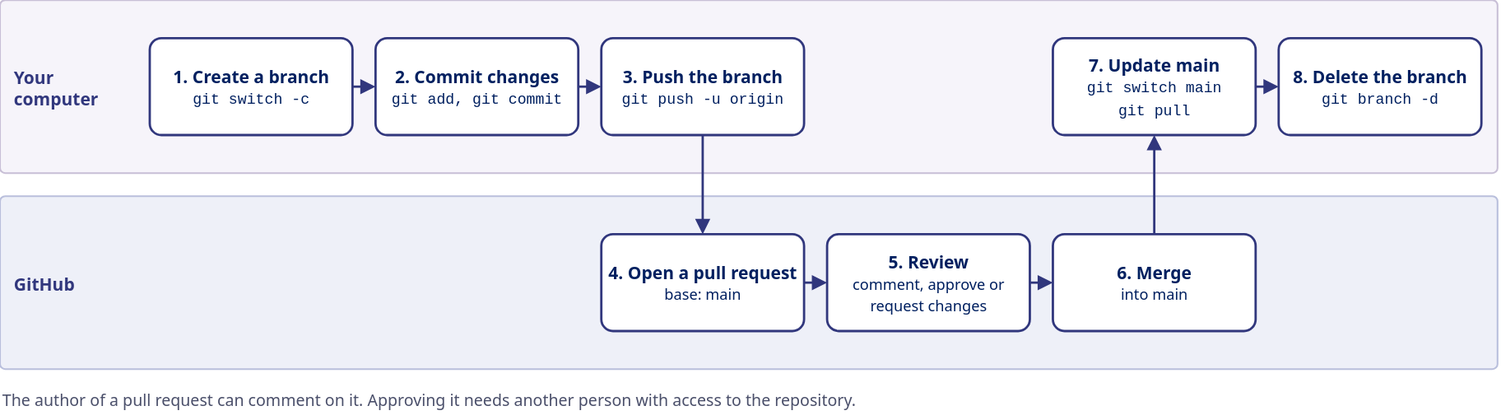
The draw.io diagram presentation/diagrams/pull-request-flow.drawio.svg in Revolution-Data-Platforms/Introduction-to-Git-Workshop, before a commit. Source tidied: cells renumbered, new cells last; positions are measured from the earlier drawing's top-left corner, leaving out a move shared by most shapes.
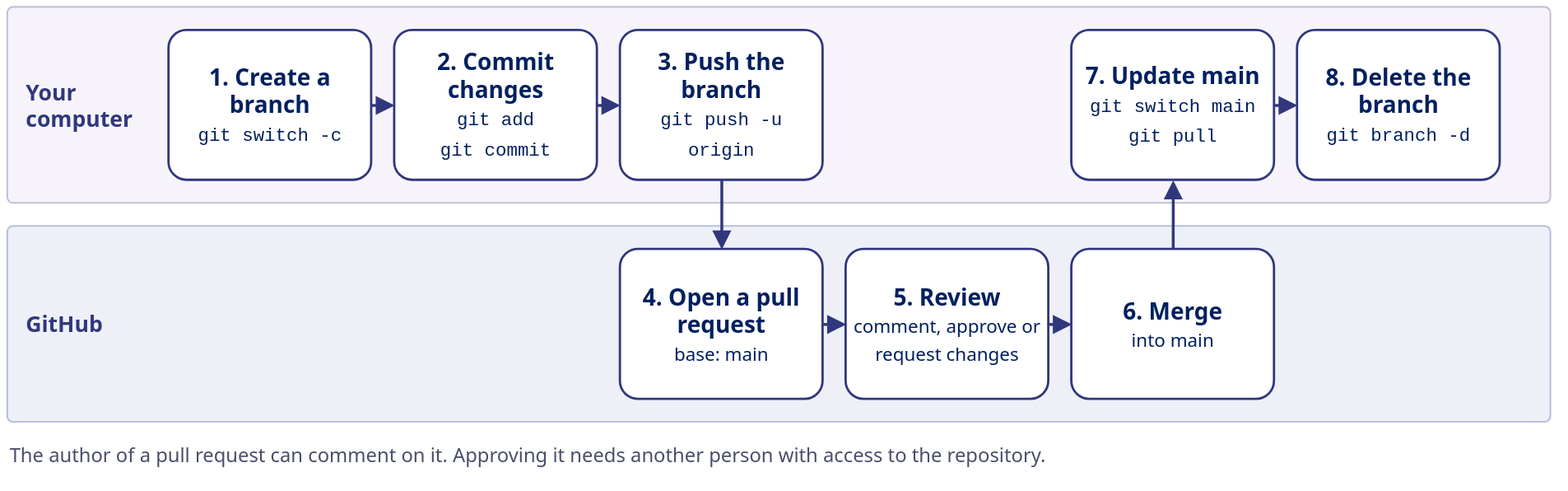
Above is the later version.

What changed in the source:
```diff
@@ -2,65 +2,65 @@
   <root>
     <mxCell id="0" />
     <mxCell id="1" parent="0" />
-    <mxCell id="2" style="rounded=1;arcSize=3;whiteSpace=wrap;html=1;fillColor=#F6F4FA;strokeColor=#C8BFD6;strokeWidth=1.5;verticalAlign=top;align=left;spacingLeft=14;spacingTop=6;fontSize=15;fontStyle=1;fontColor=#31377D;fontFamily=Poppins,Segoe UI,Helvetica,Arial,sans-serif;" parent="1" vertex="1">
-      <mxGeometry width="1300" height="150" as="geometry" />
-    </mxCell>
-    <mxCell id="3" style="rounded=1;arcSize=3;whiteSpace=wrap;html=1;fillColor=#EEF0F8;strokeColor=#B9BFDC;strokeWidth=1.5;verticalAlign=top;align=left;spacingLeft=14;spacingTop=6;fontSize=15;fontStyle=1;fontColor=#31377D;fontFamily=Poppins,Segoe UI,Helvetica,Arial,sans-serif;" parent="1" vertex="1">
-      <mxGeometry y="170" width="1300" height="150" as="geometry" />
-    </mxCell>
+    <mxCell id="22" style="rounded=1;arcSize=3;whiteSpace=wrap;html=1;fillColor=#F6F4FA;strokeColor=#C8BFD6;strokeWidth=1.5;" parent="1" vertex="1">
+      <mxGeometry width="1340" height="170" as="geometry" />
+    </mxCell>
+    <mxCell id="23" style="rounded=1;arcSize=3;whiteSpace=wrap;html=1;fillColor=#EEF0F8;strokeColor=#B9BFDC;strokeWidth=1.5;" parent="1" vertex="1">
+      <mxGeometry y="190" width="1340" height="170" as="geometry" />
+    </mxCell>
-    <mxCell id="4" value="&lt;b&gt;Your computer&lt;/b&gt;" style="text;html=1;whiteSpace=wrap;align=left;verticalAlign=middle;fontSize=14;fontColor=#4A4F6A;fontFamily=Poppins,Segoe UI,Helvetica,Arial,sans-serif;fontColor=#31377D;fontSize=15;" parent="1" vertex="1">
-      <mxGeometry x="10" y="50" width="110" height="50" as="geometry" />
+    <mxCell id="4" value="&lt;b&gt;Your computer&lt;/b&gt;" style="text;html=1;whiteSpace=wrap;align=left;verticalAlign=middle;fontSize=19;fontColor=#31377D;fontFamily=Poppins,Segoe UI,Helvetica,Arial,sans-serif;" parent="1" vertex="1">
+      <mxGeometry x="14" width="116" height="170" as="geometry" />
     </mxCell>
-    <mxCell id="5" value="&lt;b&gt;GitHub&lt;/b&gt;" style="text;html=1;whiteSpace=wrap;align=left;verticalAlign=middle;fontSize=14;fontColor=#4A4F6A;fontFamily=Poppins,Segoe UI,Helvetica,Arial,sans-serif;fontColor=#31377D;fontSize=15;" parent="1" vertex="1">
-      <mxGeometry x="10" y="220" width="110" height="50" as="geometry" />
+    <mxCell id="5" value="&lt;b&gt;GitHub&lt;/b&gt;" style="text;html=1;whiteSpace=wrap;align=left;verticalAlign=middle;fontSize=19;fontColor=#31377D;fontFamily=Poppins,Segoe UI,Helvetica,Arial,sans-serif;" parent="1" vertex="1">
+      <mxGeometry x="14" y="190" width="116" height="170" as="geometry" />
     </mxCell>
-    <mxCell id="6" value="&lt;b&gt;1. Create a branch&lt;/b&gt;&lt;br&gt;&lt;span style=&quot;font-size:13px&quot;&gt;&lt;font face=&quot;Consolas,Menlo,monospace&quot;&gt;git switch -c&lt;/font&gt;&lt;/span&gt;" style="rounded=1;arcSize=12;whiteSpace=wrap;html=1;fillColor=#FFFFFF;strokeColor=#31377D;strokeWidth=2;fontColor=#002060;fontSize=15;fontFamily=Poppins,Segoe UI,Helvetica,Arial,sans-serif;" parent="1" vertex="1">
-      <mxGeometry x="130" y="33" width="176" height="84" as="geometry" />
+    <mxCell id="6" value="&lt;b&gt;1. Create a branch&lt;/b&gt;&lt;br&gt;&lt;span style=&quot;font-size:16px&quot;&gt;&lt;font face=&quot;Consolas,Menlo,monospace&quot;&gt;git switch -c&lt;/font&gt;&lt;/span&gt;" style="rounded=1;arcSize=12;whiteSpace=wrap;html=1;fillColor=#FFFFFF;strokeColor=#31377D;strokeWidth=2;fontColor=#002060;fontSize=20;fontFamily=Poppins,Segoe UI,Helvetica,Arial,sans-serif;spacing=6;" parent="1" vertex="1">
+      <mxGeometry x="140" y="20" width="176" height="130" as="geometry" />
     </mxCell>
-    <mxCell id="7" value="&lt;b&gt;2. Commit changes&lt;/b&gt;&lt;br&gt;&lt;span style=&quot;font-size:13px&quot;&gt;&lt;font face=&quot;Consolas,Menlo,monospace&quot;&gt;git add, git commit&lt;/font&gt;&lt;/span&gt;" style="rounded=1;arcSize=12;whiteSpace=wrap;html=1;fillColor=#FFFFFF;strokeColor=#31377D;strokeWidth=2;fontColor=#002060;fontSize=15;fontFamily=Poppins,Segoe UI,Helvetica,Arial,sans-serif;" parent="1" vertex="1">
-      <mxGeometry x="326" y="33" width="176" height="84" as="geometry" />
-    </mxCell>
+    <mxCell id="24" value="&lt;b&gt;2. Commit changes&lt;/b&gt;&lt;br&gt;&lt;span style=&quot;font-size:16px&quot;&gt;&lt;font face=&quot;Consolas,Menlo,monospace&quot;&gt;git add&lt;br&gt;git commit&lt;/font&gt;&lt;/span&gt;" style="rounded=1;arcSize=12;whiteSpace=wrap;html=1;fillColor=#FFFFFF;strokeColor=#31377D;strokeWidth=2;fontColor=#002060;fontSize=20;fontFamily=Poppins,Segoe UI,Helvetica,Arial,sans-serif;spacing=6;" parent="1" vertex="1">
+      <mxGeometry x="336" y="20" width="176" height="130" as="geometry" />
+    </mxCell>
-    <mxCell id="8" value="&lt;b&gt;3. Push the branch&lt;/b&gt;&lt;br&gt;&lt;span style=&quot;font-size:13px&quot;&gt;&lt;font face=&quot;Consolas,Menlo,monospace&quot;&gt;git push -u origin&lt;/font&gt;&lt;/span&gt;" style="rounded=1;arcSize=12;whiteSpace=wrap;html=1;fillColor=#FFFFFF;strokeColor=#31377D;strokeWidth=2;fontColor=#002060;fontSize=15;fontFamily=Poppins,Segoe UI,Helvetica,Arial,sans-serif;" parent="1" vertex="1">
-      <mxGeometry x="522" y="33" width="176" height="84" as="geometry" />
+    <mxCell id="8" value="&lt;b&gt;3. Push the branch&lt;/b&gt;&lt;br&gt;&lt;span style=&quot;font-size:16px&quot;&gt;&lt;font face=&quot;Consolas,Menlo,monospace&quot;&gt;git push -u origin&lt;/font&gt;&lt;/span&gt;" style="rounded=1;arcSize=12;whiteSpace=wrap;html=1;fillColor=#FFFFFF;strokeColor=#31377D;strokeWidth=2;fontColor=#002060;fontSize=20;fontFamily=Poppins,Segoe UI,Helvetica,Arial,sans-serif;spacing=6;" parent="1" vertex="1">
+      <mxGeometry x="532" y="20" width="176" height="130" as="geometry" />
     </mxCell>
+    <mxCell id="12" value="&lt;b&gt;7. Update main&lt;/b&gt;&lt;br&gt;&lt;span style=&quot;font-size:16px&quot;&gt;&lt;font face=&quot;Consolas,Menlo,monospace&quot;&gt;git switch main&lt;br&gt;git pull&lt;/font&gt;&lt;/span&gt;" style="rounded=1;arcSize=12;whiteSpace=wrap;html=1;fillColor=#FFFFFF;strokeColor=#31377D;strokeWidth=2;fontColor=#002060;fontSize=20;fontFamily=Poppins,Segoe UI,Helvetica,Arial,sans-serif;spacing=6;" parent="1" vertex="1">
+      <mxGeometry x="924" y="20" width="176" height="130" as="geometry" />
+    </mxCell>
+    <mxCell id="13" value="&lt;b&gt;8. Delete the branch&lt;/b&gt;&lt;br&gt;&lt;span style=&quot;font-size:16px&quot;&gt;&lt;font face=&quot;Consolas,Menlo,monospace&quot;&gt;git branch -d&lt;/font&gt;&lt;/span&gt;" style="rounded=1;arcSize=12;whiteSpace=wrap;html=1;fillColor=#FFFFFF;strokeColor=#31377D;strokeWidth=2;fontColor=#002060;fontSize=20;fontFamily=Poppins,Segoe UI,Helvetica,Arial,sans-serif;spacing=6;" parent="1" vertex="1">
+      <mxGeometry x="1120" y="20" width="176" height="130" as="geometry" />
+    </mxCell>
-    <mxCell id="9" value="&lt;b&gt;4. Open a pull request&lt;/b&gt;&lt;br&gt;&lt;span style=&quot;font-size:13px&quot;&gt;base: main&lt;/span&gt;" style="rounded=1;arcSize=12;whiteSpace=wrap;html=1;fillColor=#FFFFFF;strokeColor=#31377D;strokeWidth=2;fontColor=#002060;fontSize=15;fontFamily=Poppins,Segoe UI,Helvetica,Arial,sans-serif;" parent="1" vertex="1">
-      <mxGeometry x="522" y="203" width="176" height="84" as="geometry" />
+    <mxCell id="9" value="&lt;b&gt;4. Open a pull request&lt;/b&gt;&lt;br&gt;&lt;span style=&quot;font-size:16px&quot;&gt;base: main&lt;/span&gt;" style="rounded=1;arcSize=12;whiteSpace=wrap;html=1;fillColor=#FFFFFF;strokeColor=#31377D;strokeWidth=2;fontColor=#002060;fontSize=20;fontFamily=Poppins,Segoe UI,Helvetica,Arial,sans-serif;spacing=6;" parent="1" vertex="1">
+      <mxGeometry x="532" y="210" width="176" height="130" as="geometry" />
     </mxCell>
-    <mxCell id="10" value="&lt;b&gt;5. Review&lt;/b&gt;&lt;br&gt;&lt;span style=&quot;font-size:13px&quot;&gt;comment, approve or&lt;br&gt;request changes&lt;/span&gt;" style="rounded=1;arcSize=12;whiteSpace=wrap;html=1;fillColor=#FFFFFF;strokeColor=#31377D;strokeWidth=2;fontColor=#002060;fontSize=15;fontFamily=Poppins,Segoe UI,Helvetica,Arial,sans-serif;" parent="1" vertex="1">
-      <mxGeometry x="718" y="203" width="176" height="84" as="geometry" />
+    <mxCell id="10" value="&lt;b&gt;5. Review&lt;/b&gt;&lt;br&gt;&lt;span style=&quot;font-size:16px&quot;&gt;comment, approve or request changes&lt;/span&gt;" style="rounded=1;arcSize=12;whiteSpace=wrap;html=1;fillColor=#FFFFFF;strokeColor=#31377D;strokeWidth=2;fontColor=#002060;fontSize=20;fontFamily=Poppins,Segoe UI,Helvetica,Arial,sans-serif;spacing=6;" parent="1" vertex="1">
+      <mxGeometry x="728" y="210" width="176" height="130" as="geometry" />
     </mxCell>
-    <mxCell id="11" value="&lt;b&gt;6. Merge&lt;/b&gt;&lt;br&gt;&lt;span style=&quot;font-size:13px&quot;&gt;into main&lt;/span&gt;" style="rounded=1;arcSize=12;whiteSpace=wrap;html=1;fillColor=#FFFFFF;strokeColor=#31377D;strokeWidth=2;fontColor=#002060;fontSize=15;fontFamily=Poppins,Segoe UI,Helvetica,Arial,sans-serif;" parent="1" vertex="1">
-      <mxGeometry x="914" y="203" width="176" height="84" as="geometry" />
+    <mxCell id="11" value="&lt;b&gt;6. Merge&lt;/b&gt;&lt;br&gt;&lt;span style=&quot;font-size:16px&quot;&gt;into main&lt;/span&gt;" style="rounded=1;arcSize=12;whiteSpace=wrap;html=1;fillColor=#FFFFFF;strokeColor=#31377D;strokeWidth=2;fontColor=#002060;fontSize=20;fontFamily=Poppins,Segoe UI,Helvetica,Arial,sans-serif;spacing=6;" parent="1" vertex="1">
+      <mxGeometry x="924" y="210" width="176" height="130" as="geometry" />
     </mxCell>
-    <mxCell id="12" value="&lt;b&gt;7. Update main&lt;/b&gt;&lt;br&gt;&lt;span style=&quot;font-size:13px&quot;&gt;&lt;font face=&quot;Consolas,Menlo,monospace&quot;&gt;git switch main&lt;br&gt;git pull&lt;/font&gt;&lt;/span&gt;" style="rounded=1;arcSize=12;whiteSpace=wrap;html=1;fillColor=#FFFFFF;strokeColor=#31377D;strokeWidth=2;fontColor=#002060;fontSize=15;fontFamily=Poppins,Segoe UI,Helvetica,Arial,sans-serif;" parent="1" vertex="1">
-      <mxGeometry x="914" y="33" width="176" height="84" as="geometry" />
-    </mxCell>
-    <mxCell id="13" value="&lt;b&gt;8. Delete the branch&lt;/b&gt;&lt;br&gt;&lt;span style=&quot;font-size:13px&quot;&gt;&lt;font face=&quot;Consolas,Menlo,monospace&quot;&gt;git branch -d&lt;/font&gt;&lt;/span&gt;" style="rounded=1;arcSize=12;whiteSpace=wrap;html=1;fillColor=#FFFFFF;strokeColor=#31377D;strokeWidth=2;fontColor=#002060;fontSize=15;fontFamily=Poppins,Segoe UI,Helvetica,Arial,sans-serif;" parent="1" vertex="1">
-      <mxGeometry x="1110" y="33" width="176" height="84" as="geometry" />
-    </mxCell>
-    <mxCell id="14" style="html=1;endArrow=block;endFill=1;endSize=8;strokeColor=#31377D;strokeWidth=2;fontSize=14;fontColor=#002060;labelBackgroundColor=#FFFFFF;fontFamily=Poppins,Segoe UI,Helvetica,Arial,sans-serif;" parent="1" edge="1" source="6" target="7">
-      <mxGeometry relative="1" as="geometry" />
-    </mxCell>
-    <mxCell id="15" style="html=1;endArrow=block;endFill=1;endSize=8;strokeColor=#31377D;strokeWidth=2;fontSize=14;fontColor=#002060;labelBackgroundColor=#FFFFFF;fontFamily=Poppins,Segoe UI,Helvetica,Arial,sans-serif;" parent="1" edge="1" source="7" target="8">
-      <mxGeometry relative="1" as="geometry" />
-    </mxCell>
+    <mxCell id="25" style="html=1;endArrow=block;endFill=1;endSize=10;strokeColor=#31377D;strokeWidth=2.5;fontSize=19;fontColor=#002060;fontFamily=Poppins,Segoe UI,Helvetica,Arial,sans-serif;labelBackgroundColor=none;" parent="1" edge="1" source="6" target="24">
+      <mxGeometry relative="1" as="geometry" />
+    </mxCell>
+    <mxCell id="26" style="html=1;endArrow=block;endFill=1;endSize=10;strokeColor=#31377D;strokeWidth=2.5;fontSize=19;fontColor=#002060;fontFamily=Poppins,Segoe UI,Helvetica,Arial,sans-serif;labelBackgroundColor=none;" parent="1" edge="1" source="24" target="8">
+      <mxGeometry relative="1" as="geometry" />
+    </mxCell>
-    <mxCell id="16" style="html=1;endArrow=block;endFill=1;endSize=8;strokeColor=#31377D;strokeWidth=2;fontSize=14;fontColor=#002060;labelBackgroundColor=#FFFFFF;fontFamily=Poppins,Segoe UI,Helvetica,Arial,sans-serif;" parent="1" edge="1" source="8" target="9">
+    <mxCell id="16" style="html=1;endArrow=block;endFill=1;endSize=10;strokeColor=#31377D;strokeWidth=2.5;fontSize=19;fontColor=#002060;fontFamily=Poppins,Segoe UI,Helvetica,Arial,sans-serif;labelBackgroundColor=none;" parent="1" edge="1" source="8" target="9">
       <mxGeometry relative="1" as="geometry" />
     </mxCell>
-    <mxCell id="17" style="html=1;endArrow=block;endFill=1;endSize=8;strokeColor=#31377D;strokeWidth=2;fontSize=14;fontColor=#002060;labelBackgroundColor=#FFFFFF;fontFamily=Poppins,Segoe UI,Helvetica,Arial,sans-serif;" parent="1" edge="1" source="9" target="10">
+    <mxCell id="17" style="html=1;endArrow=block;endFill=1;endSize=10;strokeColor=#31377D;strokeWidth=2.5;fontSize=19;fontColor=#002060;fontFamily=Poppins,Segoe UI,Helvetica,Arial,sans-serif;labelBackgroundColor=none;" parent="1" edge="1" source="9" target="10">
       <mxGeometry relative="1" as="geometry" />
     </mxCell>
-    <mxCell id="18" style="html=1;endArrow=block;endFill=1;endSize=8;strokeColor=#31377D;strokeWidth=2;fontSize=14;fontColor=#002060;labelBackgroundColor=#FFFFFF;fontFamily=Poppins,Segoe UI,Helvetica,Arial,sans-serif;" parent="1" edge="1" source="10" target="11">
+    <mxCell id="18" style="html=1;endArrow=block;endFill=1;endSize=10;strokeColor=#31377D;strokeWidth=2.5;fontSize=19;fontColor=#002060;fontFamily=Poppins,Segoe UI,Helvetica,Arial,sans-serif;labelBackgroundColor=none;" parent="1" edge="1" source="10" target="11">
       <mxGeometry relative="1" as="geometry" />
     </mxCell>
-    <mxCell id="19" style="html=1;endArrow=block;endFill=1;endSize=8;strokeColor=#31377D;strokeWidth=2;fontSize=14;fontColor=#002060;labelBackgroundColor=#FFFFFF;fontFamily=Poppins,Segoe UI,Helvetica,Arial,sans-serif;" parent="1" edge="1" source="11" target="12">
+    <mxCell id="19" style="html=1;endArrow=block;endFill=1;endSize=10;strokeColor=#31377D;strokeWidth=2.5;fontSize=19;fontColor=#002060;fontFamily=Poppins,Segoe UI,Helvetica,Arial,sans-serif;labelBackgroundColor=none;" parent="1" edge="1" source="11" target="12">
       <mxGeometry relative="1" as="geometry" />
     </mxCell>
-    <mxCell id="20" style="html=1;endArrow=block;endFill=1;endSize=8;strokeColor=#31377D;strokeWidth=2;fontSize=14;fontColor=#002060;labelBackgroundColor=#FFFFFF;fontFamily=Poppins,Segoe UI,Helvetica,Arial,sans-serif;" parent="1" edge="1" source="12" target="13">
+    <mxCell id="20" style="html=1;endArrow=block;endFill=1;endSize=10;strokeColor=#31377D;strokeWidth=2.5;fontSize=19;fontColor=#002060;fontFamily=Poppins,Segoe UI,Helvetica,Arial,sans-serif;labelBackgroundColor=none;" parent="1" edge="1" source="12" target="13">
       <mxGeometry relative="1" as="geometry" />
     </mxCell>
-    <mxCell id="21" value="The author of a pull request can comment on it. Approving it needs another person with access to the repository." style="text;html=1;whiteSpace=wrap;align=left;verticalAlign=middle;fontSize=14;fontColor=#4A4F6A;fontFamily=Poppins,Segoe UI,Helvetica,Arial,sans-serif;" parent="1" vertex="1">
-      <mxGeometry y="332" width="1300" height="30" as="geometry" />
+    <mxCell id="21" value="The author of a pull request can comment on it. Approving it needs another person with access to the repository." style="text;html=1;whiteSpace=wrap;align=left;verticalAlign=middle;fontSize=17;fontColor=#4A4F6A;fontFamily=Poppins,Segoe UI,Helvetica,Arial,sans-serif;" parent="1" vertex="1">
+      <mxGeometry y="372" width="1340" height="34" as="geometry" />
     </mxCell>
   </root>
 </mxGraphModel>
```
